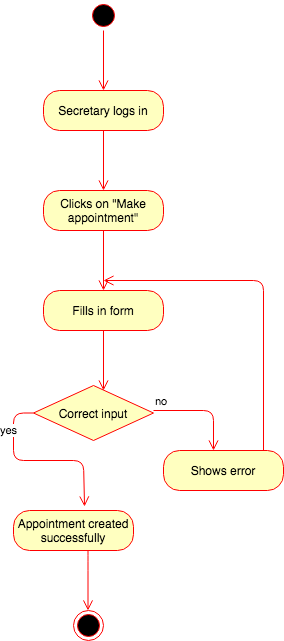
Above: Diagrams/Activity Diagrams/Secretary/make appointment.png in kkasharaj17/SE-project (draw.io), before the change. Source tidied: cells renumbered, new cells last; positions are measured from the earlier drawing's top-left corner, leaving out a move shared by most shapes. Source of this version:
```xml
<mxGraphModel background="#ffffff">
  <root>
    <mxCell id="0" />
    <mxCell id="1" parent="0" />
    <mxCell id="2" style="ellipse;html=1;shape=startState;fillColor=#000000;strokeColor=#ff0000;" parent="1" vertex="1">
      <mxGeometry x="75" width="30" height="30" as="geometry" />
    </mxCell>
    <mxCell id="3" style="edgeStyle=orthogonalEdgeStyle;html=1;verticalAlign=bottom;endArrow=open;endSize=8;strokeColor=#ff0000;" parent="1" edge="1" source="2">
      <mxGeometry relative="1" as="geometry">
        <mxPoint x="90" y="90" as="targetPoint" />
      </mxGeometry>
    </mxCell>
    <mxCell id="4" value="Secretary logs in" style="rounded=1;whiteSpace=wrap;html=1;arcSize=40;fontColor=#000000;fillColor=#ffffc0;strokeColor=#ff0000;" parent="1" vertex="1">
      <mxGeometry x="30" y="90" width="120" height="40" as="geometry" />
    </mxCell>
    <mxCell id="5" style="edgeStyle=orthogonalEdgeStyle;html=1;verticalAlign=bottom;endArrow=open;endSize=8;strokeColor=#ff0000;" parent="1" edge="1" source="4">
      <mxGeometry relative="1" as="geometry">
        <mxPoint x="90" y="190" as="targetPoint" />
      </mxGeometry>
    </mxCell>
    <mxCell id="6" value="Clicks on &quot;Make appointment&quot;" style="rounded=1;whiteSpace=wrap;html=1;arcSize=40;fontColor=#000000;fillColor=#ffffc0;strokeColor=#ff0000;" parent="1" vertex="1">
      <mxGeometry x="30" y="190" width="120" height="40" as="geometry" />
    </mxCell>
    <mxCell id="7" style="edgeStyle=orthogonalEdgeStyle;html=1;verticalAlign=bottom;endArrow=open;endSize=8;strokeColor=#ff0000;" parent="1" edge="1" source="6">
      <mxGeometry relative="1" as="geometry">
        <mxPoint x="90" y="290" as="targetPoint" />
      </mxGeometry>
    </mxCell>
    <mxCell id="8" value="Fills in form" style="rounded=1;whiteSpace=wrap;html=1;arcSize=40;fontColor=#000000;fillColor=#ffffc0;strokeColor=#ff0000;" parent="1" vertex="1">
      <mxGeometry x="30" y="290" width="120" height="40" as="geometry" />
    </mxCell>
    <mxCell id="9" style="edgeStyle=orthogonalEdgeStyle;html=1;verticalAlign=bottom;endArrow=open;endSize=8;strokeColor=#ff0000;" parent="1" edge="1" source="8">
      <mxGeometry relative="1" as="geometry">
        <mxPoint x="90" y="390" as="targetPoint" />
      </mxGeometry>
    </mxCell>
    <mxCell id="10" value="Correct input" style="rhombus;whiteSpace=wrap;html=1;fillColor=#ffffc0;strokeColor=#ff0000;" parent="1" vertex="1">
      <mxGeometry x="20" y="385" width="120" height="55" as="geometry" />
    </mxCell>
    <mxCell id="11" value="yes" style="edgeStyle=orthogonalEdgeStyle;html=1;align=left;verticalAlign=top;endArrow=open;endSize=8;strokeColor=#ff0000;exitX=0;exitY=0.5;exitDx=0;exitDy=0;entryX=0.592;entryY=-0.1;entryDx=0;entryDy=0;entryPerimeter=0;" parent="1" edge="1" source="10" target="13">
      <mxGeometry x="-0.76" y="-25" relative="1" as="geometry">
        <Array as="points">
          <mxPoint y="413" />
          <mxPoint y="460" />
          <mxPoint x="70" y="460" />
        </Array>
        <mxPoint x="10" y="2" as="offset" />
      </mxGeometry>
    </mxCell>
    <mxCell id="12" value="no" style="edgeStyle=orthogonalEdgeStyle;html=1;align=left;verticalAlign=bottom;endArrow=open;endSize=8;strokeColor=#ff0000;" parent="1" edge="1">
      <mxGeometry x="-1" relative="1" as="geometry">
        <mxPoint x="140" y="410" as="sourcePoint" />
        <mxPoint x="200" y="450" as="targetPoint" />
      </mxGeometry>
    </mxCell>
    <mxCell id="13" value="Appointment created&lt;br&gt;successfully" style="rounded=1;whiteSpace=wrap;html=1;arcSize=40;fontColor=#000000;fillColor=#ffffc0;strokeColor=#ff0000;" parent="1" vertex="1">
      <mxGeometry y="510" width="120" height="40" as="geometry" />
    </mxCell>
    <mxCell id="14" value="Shows error" style="rounded=1;whiteSpace=wrap;html=1;arcSize=40;fontColor=#000000;fillColor=#ffffc0;strokeColor=#ff0000;" parent="1" vertex="1">
      <mxGeometry x="150" y="450" width="120" height="40" as="geometry" />
    </mxCell>
    <mxCell id="15" style="edgeStyle=orthogonalEdgeStyle;html=1;verticalAlign=bottom;endArrow=open;endSize=8;strokeColor=#ff0000;" parent="1" edge="1" source="14">
      <mxGeometry relative="1" as="geometry">
        <mxPoint x="90" y="280" as="targetPoint" />
        <Array as="points">
          <mxPoint x="250" y="280" />
        </Array>
      </mxGeometry>
    </mxCell>
    <mxCell id="16" style="edgeStyle=orthogonalEdgeStyle;html=1;verticalAlign=bottom;endArrow=open;endSize=8;strokeColor=#ff0000;" parent="1" edge="1">
      <mxGeometry relative="1" as="geometry">
        <mxPoint x="74.5" y="550" as="sourcePoint" />
        <mxPoint x="74.5" y="610" as="targetPoint" />
        <Array as="points">
          <mxPoint x="74.5" y="560" />
          <mxPoint x="74.5" y="560" />
        </Array>
      </mxGeometry>
    </mxCell>
    <mxCell id="17" style="ellipse;html=1;shape=endState;fillColor=#000000;strokeColor=#ff0000;" parent="1" vertex="1">
      <mxGeometry x="60" y="610" width="30" height="30" as="geometry" />
    </mxCell>
  </root>
</mxGraphModel>
```
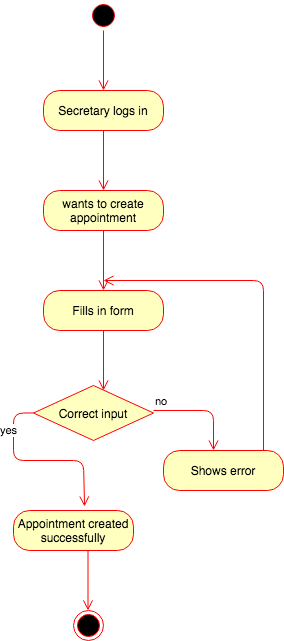
After the change.

The edit, as a diff of the source:
```diff
@@ -18,7 +18,7 @@
         <mxPoint x="90" y="190" as="targetPoint" />
       </mxGeometry>
     </mxCell>
-    <mxCell id="6" value="Clicks on &quot;Make appointment&quot;" style="rounded=1;whiteSpace=wrap;html=1;arcSize=40;fontColor=#000000;fillColor=#ffffc0;strokeColor=#ff0000;" parent="1" vertex="1">
+    <mxCell id="6" value="wants to create appointment" style="rounded=1;whiteSpace=wrap;html=1;arcSize=40;fontColor=#000000;fillColor=#ffffc0;strokeColor=#ff0000;" parent="1" vertex="1">
       <mxGeometry x="30" y="190" width="120" height="40" as="geometry" />
     </mxCell>
     <mxCell id="7" style="edgeStyle=orthogonalEdgeStyle;html=1;verticalAlign=bottom;endArrow=open;endSize=8;strokeColor=#ff0000;" parent="1" edge="1" source="6">
```
